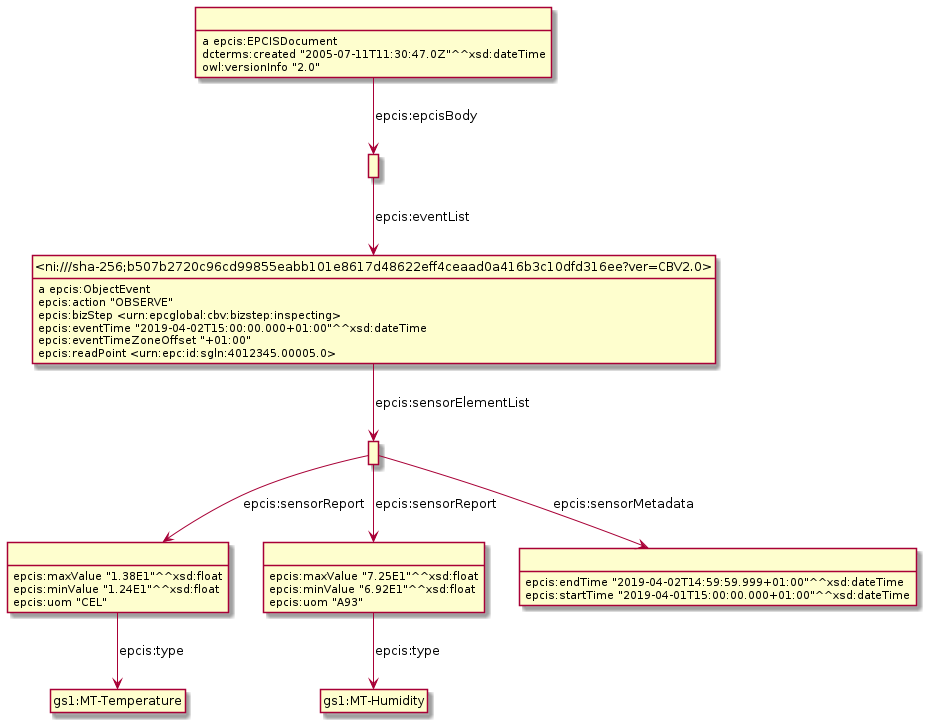
The PlantUML diagram Diagrams/WithSensorData/SensorDataExample3.png in gs1/EPCIS, before a commit. The source it was exported from:
```plantuml
@startuml
hide empty methods
hide empty attributes
hide circle
skinparam classAttributeIconSize 0
class _r1623307974r5_ as " "
class _ni_sha_256_b507b2720c96cd99855eabb101e8617d48622eff4ceaad0a416b3c10dfd316ee_ver_CBV2_0_ as "<ni:///sha-256;b507b2720c96cd99855eabb101e8617d48622eff4ceaad0a416b3c10dfd316ee?ver=CBV2.0>"
_r1623307974r5_ -down-> _ni_sha_256_b507b2720c96cd99855eabb101e8617d48622eff4ceaad0a416b3c10dfd316ee_ver_CBV2_0_ : epcis:eventList
class _r1623307974r3_ as " "
class gs1_MT_Temperature as "gs1:MT-Temperature"
_r1623307974r3_ -down-> gs1_MT_Temperature : epcis:type
_r1623307974r3_ : epcis:maxValue "1.38E1"^^xsd:float
_r1623307974r3_ : epcis:minValue "1.24E1"^^xsd:float
_r1623307974r3_ : epcis:uom "CEL"
class _r1623307974r2_ as " "
class gs1_MT_Humidity as "gs1:MT-Humidity"
_r1623307974r2_ -down-> gs1_MT_Humidity : epcis:type
_r1623307974r2_ : epcis:maxValue "7.25E1"^^xsd:float
_r1623307974r2_ : epcis:minValue "6.92E1"^^xsd:float
_r1623307974r2_ : epcis:uom "A93"
class _r1623307974r0_ as " "
class _r1623307974r1_ as " "
_r1623307974r0_ -down-> _r1623307974r1_ : epcis:sensorMetadata
_r1623307974r0_ -down-> _r1623307974r3_ : epcis:sensorReport
_r1623307974r0_ -down-> _r1623307974r2_ : epcis:sensorReport
_ni_sha_256_b507b2720c96cd99855eabb101e8617d48622eff4ceaad0a416b3c10dfd316ee_ver_CBV2_0_ : a epcis:ObjectEvent
_ni_sha_256_b507b2720c96cd99855eabb101e8617d48622eff4ceaad0a416b3c10dfd316ee_ver_CBV2_0_ -down-> _r1623307974r0_ : epcis:sensorElementList
_ni_sha_256_b507b2720c96cd99855eabb101e8617d48622eff4ceaad0a416b3c10dfd316ee_ver_CBV2_0_ : epcis:action "OBSERVE"
_ni_sha_256_b507b2720c96cd99855eabb101e8617d48622eff4ceaad0a416b3c10dfd316ee_ver_CBV2_0_ : epcis:bizStep <urn:epcglobal:cbv:bizstep:inspecting>
_ni_sha_256_b507b2720c96cd99855eabb101e8617d48622eff4ceaad0a416b3c10dfd316ee_ver_CBV2_0_ : epcis:eventTime "2019-04-02T15:00:00.000+01:00"^^xsd:dateTime
_ni_sha_256_b507b2720c96cd99855eabb101e8617d48622eff4ceaad0a416b3c10dfd316ee_ver_CBV2_0_ : epcis:eventTimeZoneOffset "+01:00"
_ni_sha_256_b507b2720c96cd99855eabb101e8617d48622eff4ceaad0a416b3c10dfd316ee_ver_CBV2_0_ : epcis:readPoint <urn:epc:id:sgln:4012345.00005.0>
_r1623307974r1_ : epcis:endTime "2019-04-02T14:59:59.999+01:00"^^xsd:dateTime
_r1623307974r1_ : epcis:startTime "2019-04-01T15:00:00.000+01:00"^^xsd:dateTime
class _r1623307974r4_ as " "
_r1623307974r4_ : a epcis:EPCISDocument
_r1623307974r4_ -down-> _r1623307974r5_ : epcis:epcisBody
_r1623307974r4_ : dcterms:created "2005-07-11T11:30:47.0Z"^^xsd:dateTime
_r1623307974r4_ : owl:versionInfo "2.0"
@enduml
```
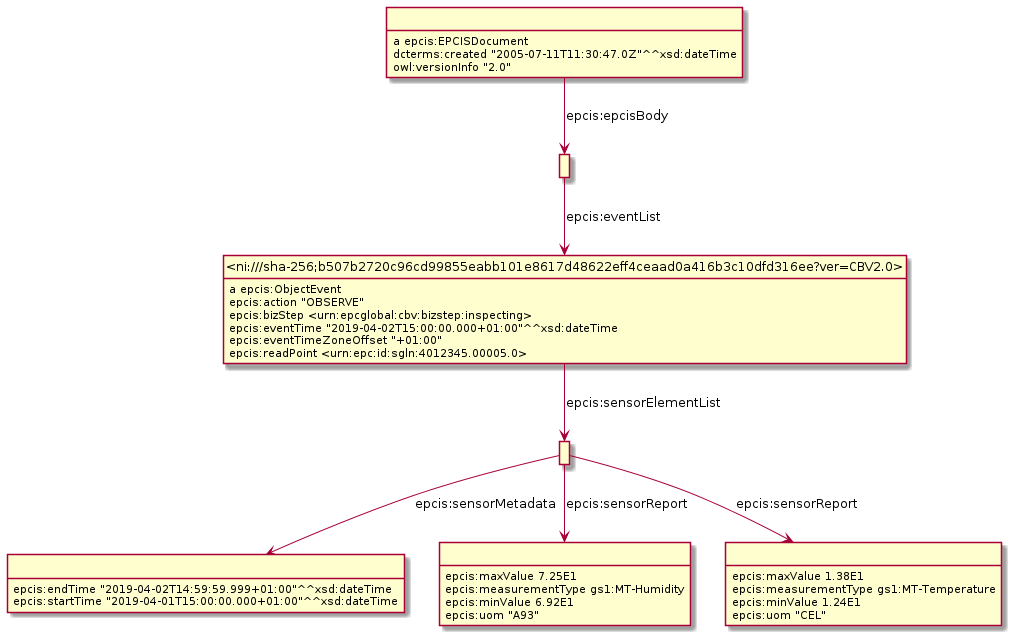
Later version of the same file.

What changed in the source:
```diff
@@ -3,38 +3,36 @@
 hide empty attributes
 hide circle
 skinparam classAttributeIconSize 0
-class _r1623307974r5_ as " "
 class _ni_sha_256_b507b2720c96cd99855eabb101e8617d48622eff4ceaad0a416b3c10dfd316ee_ver_CBV2_0_ as "<ni:///sha-256;b507b2720c96cd99855eabb101e8617d48622eff4ceaad0a416b3c10dfd316ee?ver=CBV2.0>"
-_r1623307974r5_ -down-> _ni_sha_256_b507b2720c96cd99855eabb101e8617d48622eff4ceaad0a416b3c10dfd316ee_ver_CBV2_0_ : epcis:eventList
-class _r1623307974r3_ as " "
-class gs1_MT_Temperature as "gs1:MT-Temperature"
-_r1623307974r3_ -down-> gs1_MT_Temperature : epcis:type
-_r1623307974r3_ : epcis:maxValue "1.38E1"^^xsd:float
-_r1623307974r3_ : epcis:minValue "1.24E1"^^xsd:float
-_r1623307974r3_ : epcis:uom "CEL"
-class _r1623307974r2_ as " "
-class gs1_MT_Humidity as "gs1:MT-Humidity"
-_r1623307974r2_ -down-> gs1_MT_Humidity : epcis:type
-_r1623307974r2_ : epcis:maxValue "7.25E1"^^xsd:float
-_r1623307974r2_ : epcis:minValue "6.92E1"^^xsd:float
-_r1623307974r2_ : epcis:uom "A93"
-class _r1623307974r0_ as " "
-class _r1623307974r1_ as " "
-_r1623307974r0_ -down-> _r1623307974r1_ : epcis:sensorMetadata
-_r1623307974r0_ -down-> _r1623307974r3_ : epcis:sensorReport
-_r1623307974r0_ -down-> _r1623307974r2_ : epcis:sensorReport
 _ni_sha_256_b507b2720c96cd99855eabb101e8617d48622eff4ceaad0a416b3c10dfd316ee_ver_CBV2_0_ : a epcis:ObjectEvent
-_ni_sha_256_b507b2720c96cd99855eabb101e8617d48622eff4ceaad0a416b3c10dfd316ee_ver_CBV2_0_ -down-> _r1623307974r0_ : epcis:sensorElementList
+class _r1623934106r0_ as " "
+_ni_sha_256_b507b2720c96cd99855eabb101e8617d48622eff4ceaad0a416b3c10dfd316ee_ver_CBV2_0_ -down-> _r1623934106r0_ : epcis:sensorElementList
 _ni_sha_256_b507b2720c96cd99855eabb101e8617d48622eff4ceaad0a416b3c10dfd316ee_ver_CBV2_0_ : epcis:action "OBSERVE"
 _ni_sha_256_b507b2720c96cd99855eabb101e8617d48622eff4ceaad0a416b3c10dfd316ee_ver_CBV2_0_ : epcis:bizStep <urn:epcglobal:cbv:bizstep:inspecting>
 _ni_sha_256_b507b2720c96cd99855eabb101e8617d48622eff4ceaad0a416b3c10dfd316ee_ver_CBV2_0_ : epcis:eventTime "2019-04-02T15:00:00.000+01:00"^^xsd:dateTime
 _ni_sha_256_b507b2720c96cd99855eabb101e8617d48622eff4ceaad0a416b3c10dfd316ee_ver_CBV2_0_ : epcis:eventTimeZoneOffset "+01:00"
 _ni_sha_256_b507b2720c96cd99855eabb101e8617d48622eff4ceaad0a416b3c10dfd316ee_ver_CBV2_0_ : epcis:readPoint <urn:epc:id:sgln:4012345.00005.0>
-_r1623307974r1_ : epcis:endTime "2019-04-02T14:59:59.999+01:00"^^xsd:dateTime
-_r1623307974r1_ : epcis:startTime "2019-04-01T15:00:00.000+01:00"^^xsd:dateTime
-class _r1623307974r4_ as " "
-_r1623307974r4_ : a epcis:EPCISDocument
-_r1623307974r4_ -down-> _r1623307974r5_ : epcis:epcisBody
-_r1623307974r4_ : dcterms:created "2005-07-11T11:30:47.0Z"^^xsd:dateTime
-_r1623307974r4_ : owl:versionInfo "2.0"
+class _r1623934106r5_ as " "
+_r1623934106r5_ -down-> _ni_sha_256_b507b2720c96cd99855eabb101e8617d48622eff4ceaad0a416b3c10dfd316ee_ver_CBV2_0_ : epcis:eventList
+class _r1623934106r1_ as " "
+_r1623934106r0_ -down-> _r1623934106r1_ : epcis:sensorMetadata
+class _r1623934106r2_ as " "
+_r1623934106r0_ -down-> _r1623934106r2_ : epcis:sensorReport
+class _r1623934106r3_ as " "
+_r1623934106r0_ -down-> _r1623934106r3_ : epcis:sensorReport
+_r1623934106r1_ : epcis:endTime "2019-04-02T14:59:59.999+01:00"^^xsd:dateTime
+_r1623934106r1_ : epcis:startTime "2019-04-01T15:00:00.000+01:00"^^xsd:dateTime
+_r1623934106r2_ : epcis:maxValue 7.25E1
+_r1623934106r2_ : epcis:measurementType gs1:MT-Humidity
+_r1623934106r2_ : epcis:minValue 6.92E1
+_r1623934106r2_ : epcis:uom "A93"
+class _r1623934106r4_ as " "
+_r1623934106r4_ : a epcis:EPCISDocument
+_r1623934106r4_ -down-> _r1623934106r5_ : epcis:epcisBody
+_r1623934106r4_ : dcterms:created "2005-07-11T11:30:47.0Z"^^xsd:dateTime
+_r1623934106r4_ : owl:versionInfo "2.0"
+_r1623934106r3_ : epcis:maxValue 1.38E1
+_r1623934106r3_ : epcis:measurementType gs1:MT-Temperature
+_r1623934106r3_ : epcis:minValue 1.24E1
+_r1623934106r3_ : epcis:uom "CEL"
 @enduml
```
